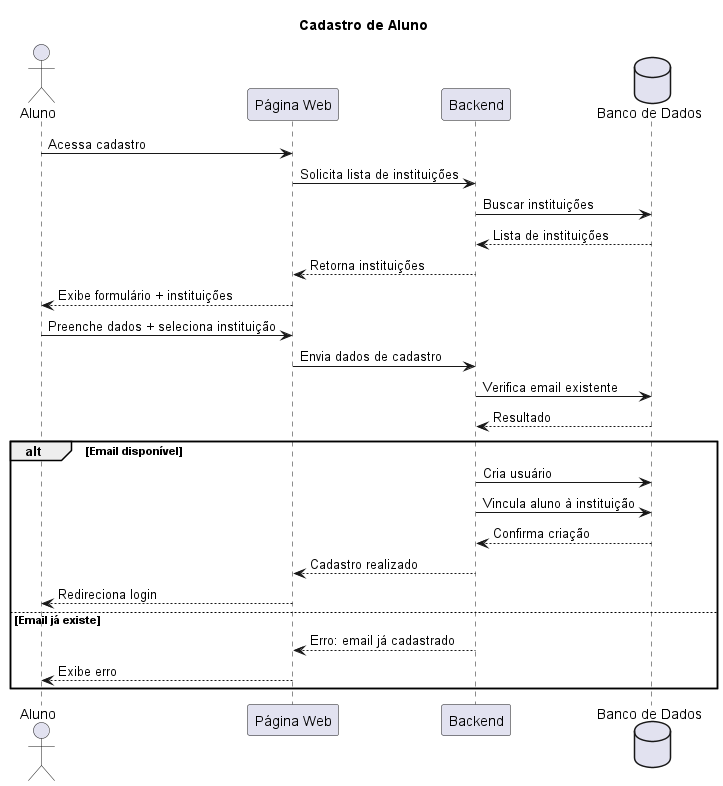
Above: docs/sequence-diagrams/CadastroAluno.png in jjoaom/PS-PUCMG-StudentCoin (PlantUML), before the change. The source it was exported from:
```plantuml
@startuml
title "Cadastro de Aluno"

actor Aluno
participant "Página Web" as Frontend
participant "Backend" as Backend
database "Banco de Dados" as DB

Aluno -> Frontend: Acessa cadastro
Frontend -> Backend: Solicita lista de instituições
Backend -> DB: Buscar instituições
DB --> Backend: Lista de instituições
Backend --> Frontend: Retorna instituições
Frontend --> Aluno: Exibe formulário + instituições

Aluno -> Frontend: Preenche dados + seleciona instituição
Frontend -> Backend: Envia dados de cadastro

Backend -> DB: Verifica email existente
DB --> Backend: Resultado

alt Email disponível
    Backend -> DB: Cria usuário
    Backend -> DB: Vincula aluno à instituição
    DB --> Backend: Confirma criação
    Backend --> Frontend: Cadastro realizado
    Frontend --> Aluno: Redireciona login
else Email já existe
    Backend --> Frontend: Erro: email já cadastrado
    Frontend --> Aluno: Exibe erro
end

@enduml
```
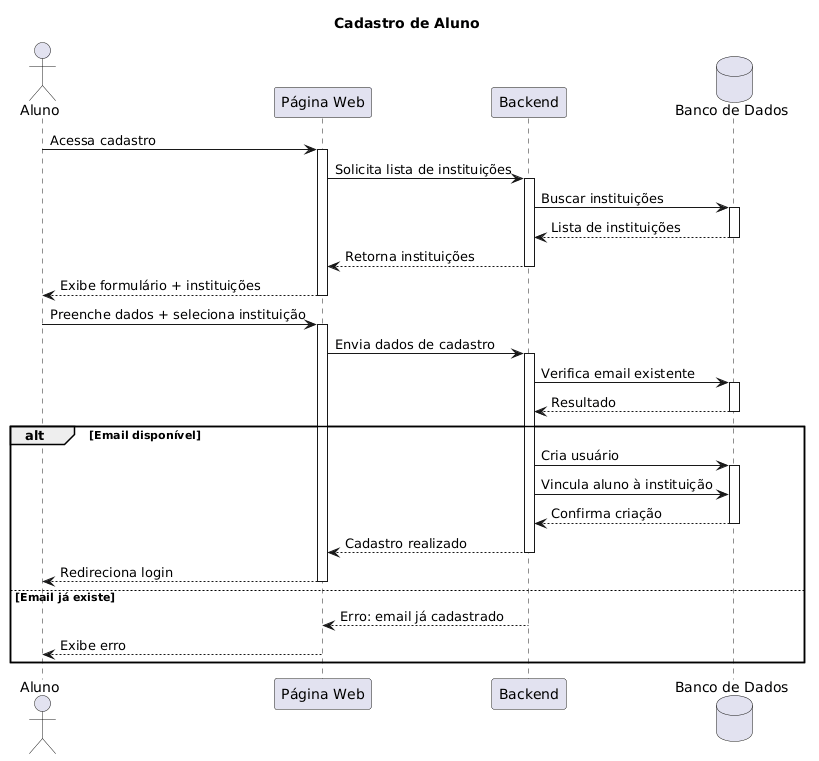
Above is the later version.

Commit message:
Remove unused template on backend

What changed in the source:
```diff
@@ -7,27 +7,59 @@
 database "Banco de Dados" as DB
 
 Aluno -> Frontend: Acessa cadastro
+activate Frontend
+
 Frontend -> Backend: Solicita lista de instituições
+activate Backend
+
 Backend -> DB: Buscar instituições
+activate DB
+
 DB --> Backend: Lista de instituições
+deactivate DB
+
 Backend --> Frontend: Retorna instituições
+deactivate Backend
+
 Frontend --> Aluno: Exibe formulário + instituições
+deactivate Frontend
+
 
 Aluno -> Frontend: Preenche dados + seleciona instituição
+activate Frontend
+
 Frontend -> Backend: Envia dados de cadastro
+activate Backend
 
 Backend -> DB: Verifica email existente
+activate DB
+
 DB --> Backend: Resultado
+deactivate DB
 
 alt Email disponível
+
     Backend -> DB: Cria usuário
+    activate DB
+
     Backend -> DB: Vincula aluno à instituição
+
     DB --> Backend: Confirma criação
+    deactivate DB
+
     Backend --> Frontend: Cadastro realizado
+    deactivate Backend
+
     Frontend --> Aluno: Redireciona login
+    deactivate Frontend
+
 else Email já existe
+
     Backend --> Frontend: Erro: email já cadastrado
+    deactivate Backend
+
     Frontend --> Aluno: Exibe erro
+    deactivate Frontend
+
 end
-
 @enduml
```
